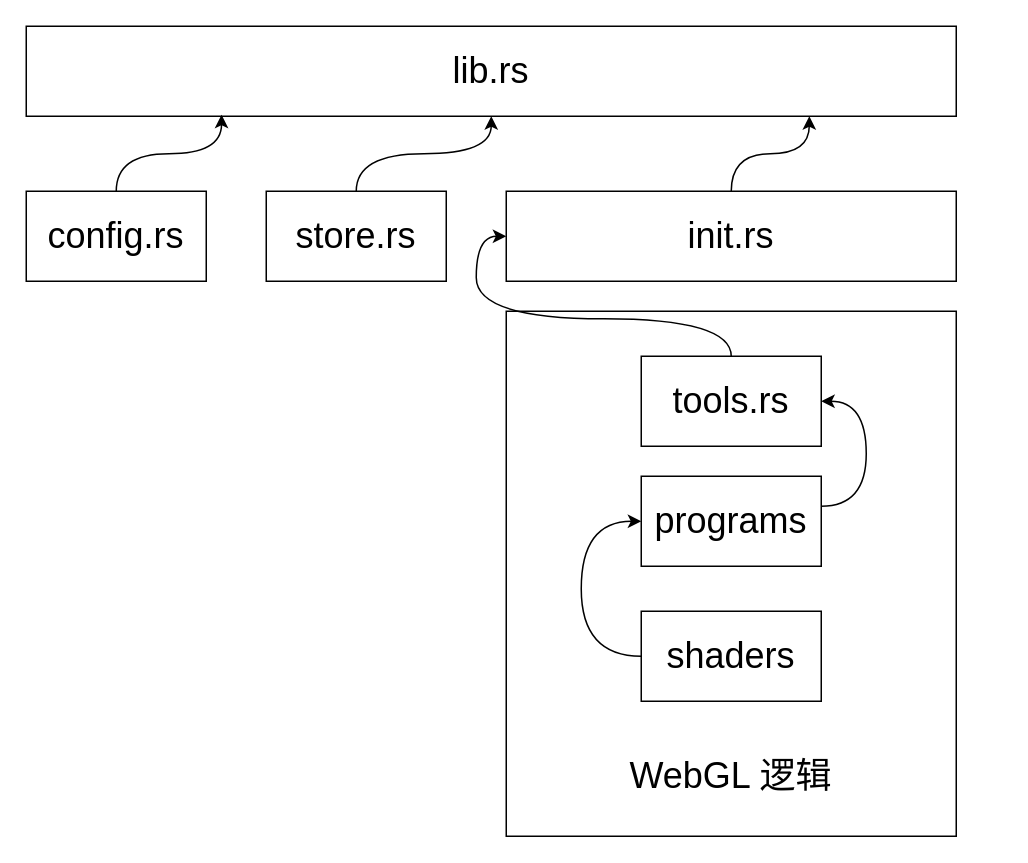
Before: Rust construction.drawio in estraining/diagram-store, a draw.io diagram. Source tidied: cells renumbered, new cells numbered last; positions are measured from the earlier drawing's top-left corner, leaving out a move shared by most shapes. Both pictures are drawn from the tidied source at 150%, with x=0, y=0 at pixel (26, 26).
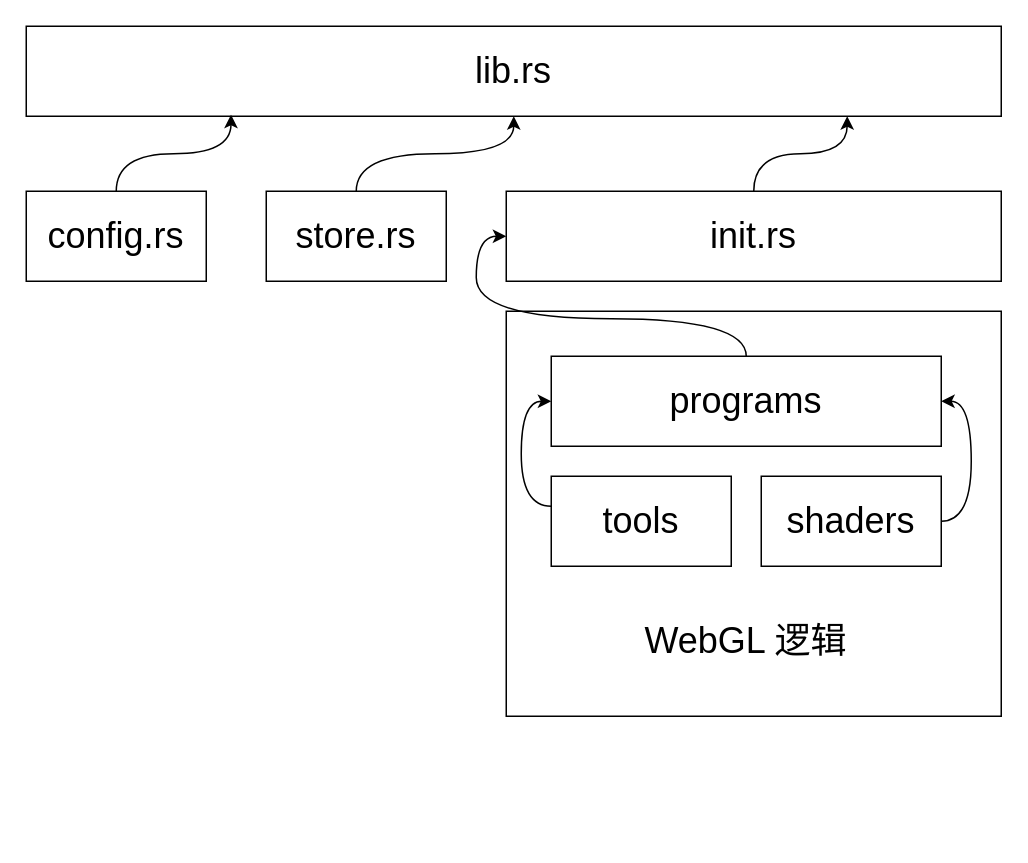
Above is the later version.

What changed in the source:
```diff
@@
     <mxCell id="2" style="rounded=0;whiteSpace=wrap;html=1;" parent="1" vertex="1">
-      <mxGeometry x="320" y="190" width="300" height="350" as="geometry" />
+      <mxGeometry x="320" y="190" width="330" height="270" as="geometry" />
     </mxCell>
     <mxCell id="3" value="&lt;span style=&quot;font-size: 24px&quot;&gt;lib.rs&lt;/span&gt;" style="rounded=0;whiteSpace=wrap;html=1;" parent="1" vertex="1">
-      <mxGeometry width="620" height="60" as="geometry" />
+      <mxGeometry width="650" height="60" as="geometry" />
     </mxCell>
@@
     <mxCell id="5" value="&lt;font style=&quot;font-size: 24px&quot;&gt;init.rs&lt;/font&gt;" style="rounded=0;whiteSpace=wrap;html=1;" parent="1" vertex="1">
-      <mxGeometry x="320" y="110" width="300" height="60" as="geometry" />
+      <mxGeometry x="320" y="110" width="330" height="60" as="geometry" />
     </mxCell>
@@
-    <mxCell id="11" value="&lt;font style=&quot;font-size: 24px&quot;&gt;tools.rs&lt;/font&gt;" style="rounded=0;whiteSpace=wrap;html=1;" parent="1" vertex="1">
-      <mxGeometry x="410" y="220" width="120" height="60" as="geometry" />
+    <mxCell id="11" value="&lt;span style=&quot;font-size: 24px&quot;&gt;programs&lt;/span&gt;" style="rounded=0;whiteSpace=wrap;html=1;" parent="1" vertex="1">
+      <mxGeometry x="350" y="220" width="260" height="60" as="geometry" />
     </mxCell>
-    <mxCell id="12" style="edgeStyle=orthogonalEdgeStyle;curved=1;rounded=0;jettySize=auto;html=1;entryX=1;entryY=0.5;entryDx=0;entryDy=0;" parent="1" edge="1" source="13" target="11">
+    <mxCell id="12" style="edgeStyle=orthogonalEdgeStyle;curved=1;rounded=0;jettySize=auto;html=1;entryX=0;entryY=0.5;entryDx=0;entryDy=0;" parent="1" edge="1" source="13" target="11">
       <mxGeometry relative="1" as="geometry">
         <Array as="points">
-          <mxPoint x="560" y="320" />
-          <mxPoint x="560" y="250" />
+          <mxPoint x="330" y="320" />
+          <mxPoint x="330" y="250" />
         </Array>
       </mxGeometry>
     </mxCell>
-    <mxCell id="13" value="&lt;span style=&quot;font-size: 24px&quot;&gt;programs&lt;/span&gt;" style="rounded=0;whiteSpace=wrap;html=1;" parent="1" vertex="1">
-      <mxGeometry x="410" y="300" width="120" height="60" as="geometry" />
+    <mxCell id="13" value="&lt;font style=&quot;font-size: 24px&quot;&gt;tools&lt;/font&gt;" style="rounded=0;whiteSpace=wrap;html=1;" parent="1" vertex="1">
+      <mxGeometry x="350" y="300" width="120" height="60" as="geometry" />
     </mxCell>
-    <mxCell id="14" style="edgeStyle=orthogonalEdgeStyle;rounded=0;jettySize=auto;html=1;entryX=0;entryY=0.5;entryDx=0;entryDy=0;curved=1;" parent="1" edge="1" source="15" target="13">
+    <mxCell id="14" style="edgeStyle=orthogonalEdgeStyle;rounded=0;jettySize=auto;html=1;entryX=1;entryY=0.5;entryDx=0;entryDy=0;curved=1;exitX=1;exitY=0.5;exitDx=0;exitDy=0;" parent="1" edge="1" source="15" target="11">
       <mxGeometry relative="1" as="geometry">
         <Array as="points">
-          <mxPoint x="370" y="420" />
-          <mxPoint x="370" y="330" />
+          <mxPoint x="630" y="330" />
+          <mxPoint x="630" y="250" />
         </Array>
       </mxGeometry>
     </mxCell>
     <mxCell id="15" value="&lt;span style=&quot;font-size: 24px&quot;&gt;shaders&lt;/span&gt;" style="rounded=0;whiteSpace=wrap;html=1;" parent="1" vertex="1">
-      <mxGeometry x="410" y="390" width="120" height="60" as="geometry" />
+      <mxGeometry x="490" y="300" width="120" height="60" as="geometry" />
     </mxCell>
     <mxCell id="16" value="&lt;font style=&quot;font-size: 24px&quot;&gt;WebGL 逻辑&lt;/font&gt;" style="text;html=1;strokeColor=none;fillColor=none;align=center;verticalAlign=middle;whiteSpace=wrap;rounded=0;" parent="1" vertex="1">
-      <mxGeometry x="390" y="490" width="160" height="20" as="geometry" />
+      <mxGeometry x="400" y="400" width="160" height="20" as="geometry" />
     </mxCell>
```
